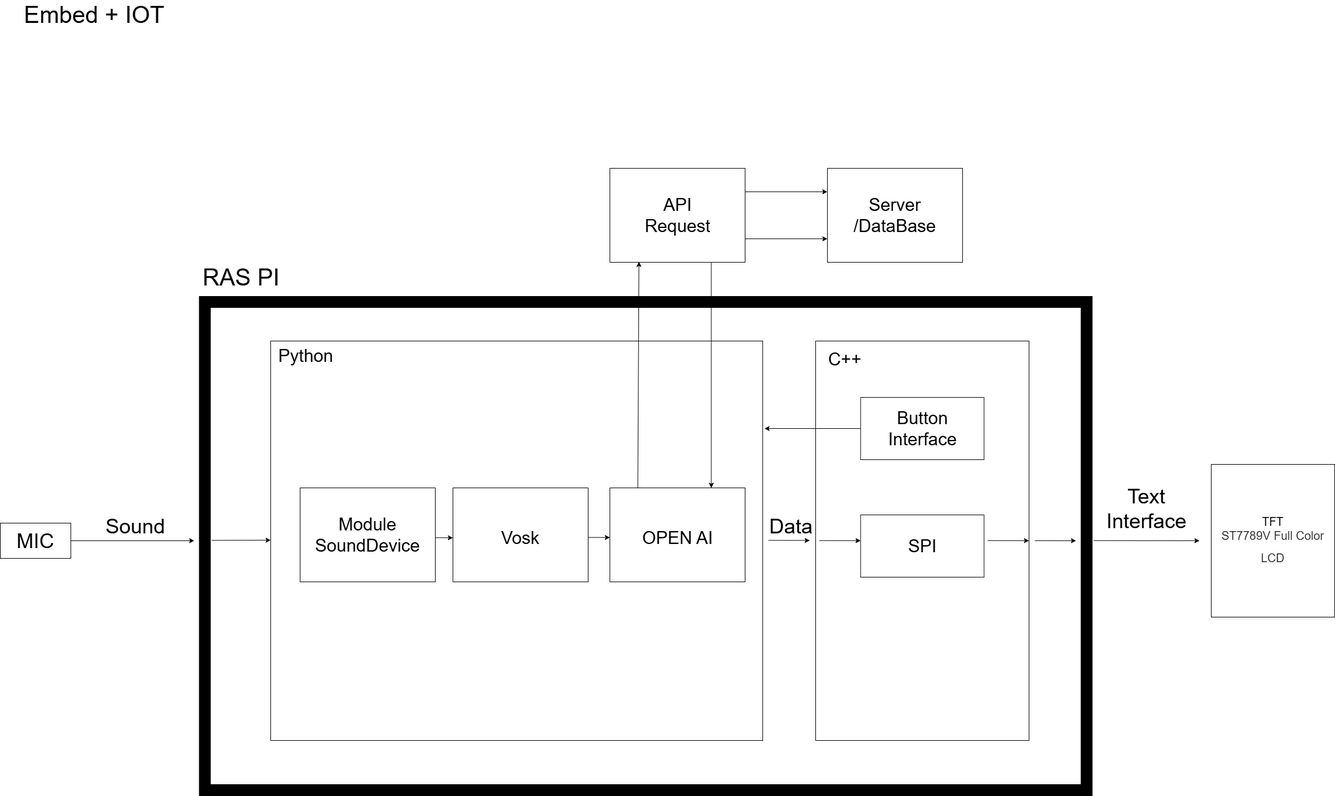
EARTHISALWAYSHAPPY/SpeechToText keeps this draw.io diagram as ิBlockDiagram.drawio.png. Above is the earlier version. Source tidied: cells renumbered, new cells last; positions are measured from the earlier drawing's top-left corner, leaving out a move shared by most shapes.
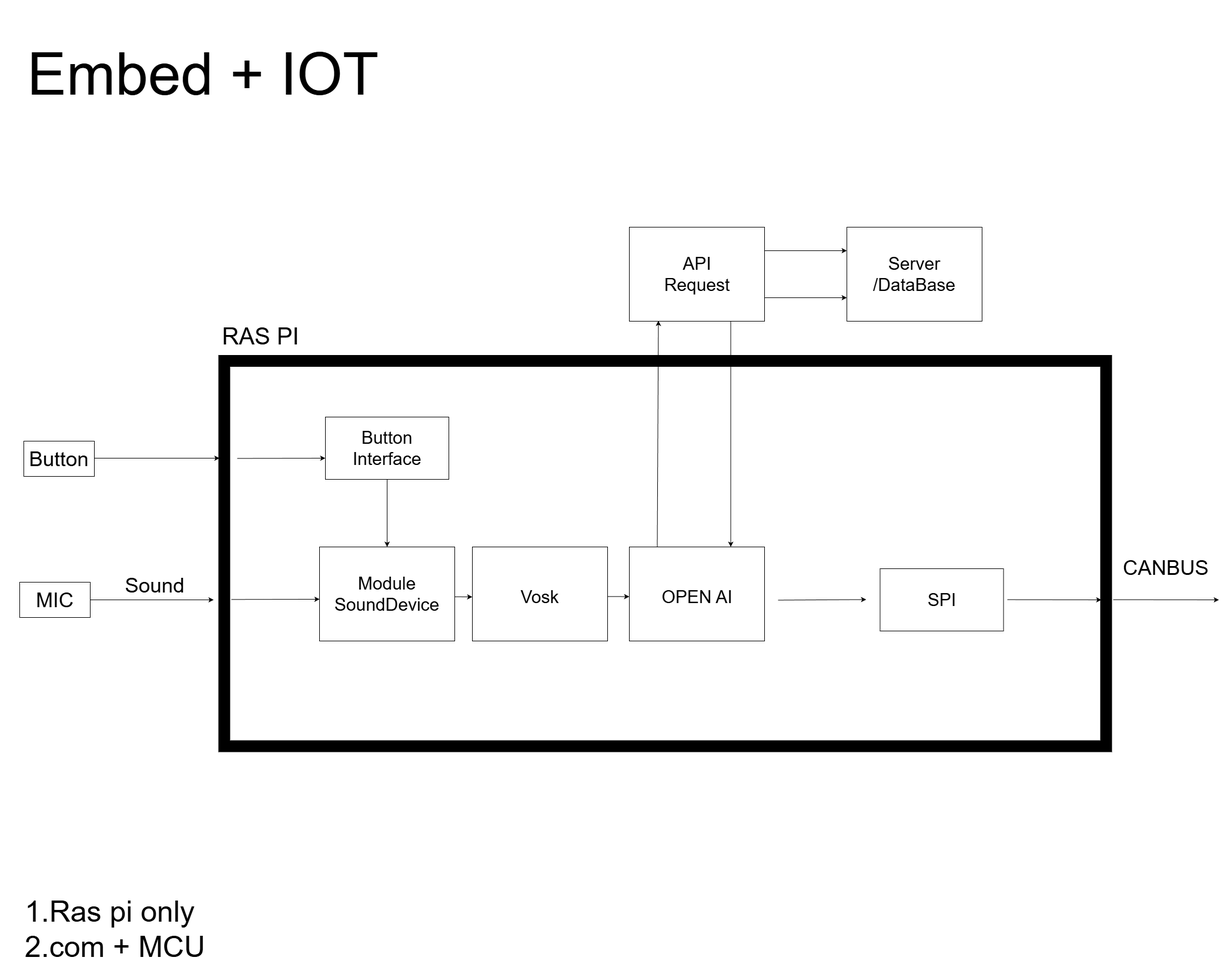
Above is the later version.

The edit, as a diff of the source:
```diff
@@ -6,7 +6,7 @@
       <mxGeometry y="881" width="120" height="60" as="geometry" />
     </mxCell>
     <mxCell id="3" style="rounded=0;whiteSpace=wrap;html=1;fillColor=none;strokeWidth=20;" parent="1" vertex="1">
-      <mxGeometry x="348" y="504.5" width="1500" height="831" as="geometry" />
+      <mxGeometry x="348" y="504.5" width="1500" height="655.5" as="geometry" />
     </mxCell>
     <mxCell id="4" value="&lt;font style=&quot;font-size: 40px;&quot;&gt;RAS PI&lt;/font&gt;" style="text;html=1;align=center;verticalAlign=middle;whiteSpace=wrap;rounded=0;" parent="1" vertex="1">
       <mxGeometry x="340" y="447" width="140" height="30" as="geometry" />
@@ -20,19 +20,15 @@
         <mxPoint x="330" y="911" as="targetPoint" />
       </mxGeometry>
     </mxCell>
-    <mxCell id="7" style="rounded=0;whiteSpace=wrap;html=1;" parent="1" vertex="1">
-      <mxGeometry x="460" y="571" width="837" height="680" as="geometry" />
-    </mxCell>
     <mxCell id="8" style="rounded=0;whiteSpace=wrap;html=1;" parent="1" vertex="1">
       <mxGeometry x="510" y="821" width="230" height="160" as="geometry" />
     </mxCell>
     <mxCell id="9" style="rounded=0;whiteSpace=wrap;html=1;" parent="1" vertex="1">
       <mxGeometry x="770" y="821" width="230" height="160" as="geometry" />
     </mxCell>
-    <mxCell id="10" style="endArrow=classic;html=1;" parent="1" edge="1">
+    <mxCell id="10" style="endArrow=classic;html=1;entryX=0.001;entryY=0.556;entryDx=0;entryDy=0;entryPerimeter=0;" parent="1" edge="1" target="8">
       <mxGeometry relative="1" as="geometry">
         <mxPoint x="360" y="910.4" as="sourcePoint" />
-        <mxPoint x="460" y="910" as="targetPoint" />
       </mxGeometry>
     </mxCell>
     <mxCell id="11" style="endArrow=classic;html=1;" parent="1" edge="1">
@@ -44,9 +40,6 @@
         </Array>
       </mxGeometry>
     </mxCell>
-    <mxCell id="12" value="&lt;font style=&quot;font-size: 30px;&quot;&gt;Python&lt;/font&gt;" style="text;html=1;align=center;verticalAlign=middle;whiteSpace=wrap;rounded=0;" parent="1" vertex="1">
-      <mxGeometry x="490" y="581" width="60" height="30" as="geometry" />
-    </mxCell>
     <mxCell id="13" value="&lt;font style=&quot;font-size: 30px;&quot;&gt;Module&lt;br&gt;SoundDevice&lt;/font&gt;" style="text;html=1;align=center;verticalAlign=middle;whiteSpace=wrap;rounded=0;" parent="1" vertex="1">
       <mxGeometry x="595" y="886" width="60" height="30" as="geometry" />
     </mxCell>
@@ -56,37 +49,19 @@
     <mxCell id="15" value="&lt;font style=&quot;font-size: 35px;&quot;&gt;Sound&lt;/font&gt;" style="text;html=1;align=center;verticalAlign=middle;whiteSpace=wrap;rounded=0;" parent="1" vertex="1">
       <mxGeometry x="200" y="871" width="60" height="30" as="geometry" />
     </mxCell>
-    <mxCell id="16" style="rounded=0;whiteSpace=wrap;html=1;" parent="1" vertex="1">
-      <mxGeometry x="1387" y="571" width="363" height="680" as="geometry" />
-    </mxCell>
-    <mxCell id="17" style="endArrow=classic;html=1;" parent="1" edge="1">
-      <mxGeometry relative="1" as="geometry">
-        <mxPoint x="1760" y="910.9" as="sourcePoint" />
-        <mxPoint x="1830" y="911" as="targetPoint" />
-      </mxGeometry>
-    </mxCell>
-    <mxCell id="18" value="&lt;font style=&quot;font-size: 30px;&quot;&gt;C++&lt;/font&gt;" style="text;html=1;align=center;verticalAlign=middle;whiteSpace=wrap;rounded=0;" parent="1" vertex="1">
-      <mxGeometry x="1407" y="587" width="60" height="30" as="geometry" />
-    </mxCell>
     <mxCell id="19" style="endArrow=classic;html=1;" parent="1" edge="1">
       <mxGeometry relative="1" as="geometry">
         <mxPoint x="1860" y="910.7" as="sourcePoint" />
         <mxPoint x="2040" y="911" as="targetPoint" />
       </mxGeometry>
     </mxCell>
-    <mxCell id="20" value="&lt;font style=&quot;font-size: 35px;&quot;&gt;Text&lt;/font&gt;&lt;div&gt;&lt;span style=&quot;font-size: 35px;&quot;&gt;Interface&lt;/span&gt;&lt;/div&gt;" style="text;html=1;align=center;verticalAlign=middle;whiteSpace=wrap;rounded=0;" parent="1" vertex="1">
+    <mxCell id="20" value="&lt;span style=&quot;font-size: 35px;&quot;&gt;CANBUS&lt;/span&gt;" style="text;html=1;align=center;verticalAlign=middle;whiteSpace=wrap;rounded=0;" parent="1" vertex="1">
       <mxGeometry x="1920" y="841" width="60" height="30" as="geometry" />
     </mxCell>
-    <mxCell id="21" style="rounded=0;whiteSpace=wrap;html=1;" parent="1" vertex="1">
-      <mxGeometry x="2060" y="781" width="210" height="260" as="geometry" />
-    </mxCell>
-    <mxCell id="22" value="&lt;font style=&quot;font-size: 20px;&quot;&gt;TFT&lt;/font&gt;&lt;div&gt;&lt;span style=&quot;color: rgba(0, 0, 0, 0.8); font-family: SHPBurmese, SHPKhmer, &amp;quot;Helvetica Neue&amp;quot;, Helvetica, Arial, 文泉驛正黑, &amp;quot;WenQuanYi Zen Hei&amp;quot;, &amp;quot;Hiragino Sans GB&amp;quot;, &amp;quot;儷黑 Pro&amp;quot;, &amp;quot;LiHei Pro&amp;quot;, &amp;quot;Heiti TC&amp;quot;, 微軟正黑體, &amp;quot;Microsoft JhengHei UI&amp;quot;, &amp;quot;Microsoft JhengHei&amp;quot;, sans-serif; text-align: start; background-color: rgb(255, 255, 255);&quot;&gt;&lt;font style=&quot;font-size: 20px;&quot;&gt;ST7789V Full Color LCD&lt;/font&gt;&lt;/span&gt;&lt;span style=&quot;font-size: 35px;&quot;&gt;&lt;/span&gt;&lt;/div&gt;" style="text;html=1;align=center;verticalAlign=middle;whiteSpace=wrap;rounded=0;" parent="1" vertex="1">
-      <mxGeometry x="2075" y="896" width="180" height="30" as="geometry" />
-    </mxCell>
     <mxCell id="23" style="endArrow=classic;html=1;" parent="1" edge="1">
       <mxGeometry relative="1" as="geometry">
-        <mxPoint x="1307" y="910.4" as="sourcePoint" />
-        <mxPoint x="1377" y="910.5" as="targetPoint" />
+        <mxPoint x="1290" y="911.5" as="sourcePoint" />
+        <mxPoint x="1440" y="910.5" as="targetPoint" />
       </mxGeometry>
     </mxCell>
     <mxCell id="24" style="edgeStyle=none;html=1;exitX=0.25;exitY=0;exitDx=0;exitDy=0;entryX=0.215;entryY=0.994;entryDx=0;entryDy=0;entryPerimeter=0;" parent="1" edge="1" target="31">
@@ -121,9 +96,6 @@
     <mxCell id="31" style="rounded=0;whiteSpace=wrap;html=1;" parent="1" vertex="1">
       <mxGeometry x="1037" y="277" width="230" height="160" as="geometry" />
     </mxCell>
-    <mxCell id="32" value="&lt;span style=&quot;font-size: 35px;&quot;&gt;Data&lt;/span&gt;" style="text;html=1;align=center;verticalAlign=middle;whiteSpace=wrap;rounded=0;" parent="1" vertex="1">
-      <mxGeometry x="1317" y="871" width="57" height="30" as="geometry" />
-    </mxCell>
     <mxCell id="33" value="&lt;span style=&quot;font-size: 30px;&quot;&gt;API&lt;/span&gt;&lt;div&gt;&lt;span style=&quot;font-size: 30px;&quot;&gt;Request&lt;/span&gt;&lt;/div&gt;" style="text;html=1;align=center;verticalAlign=middle;whiteSpace=wrap;rounded=0;" parent="1" vertex="1">
       <mxGeometry x="1084.5" y="342" width="135" height="30" as="geometry" />
     </mxCell>
@@ -134,30 +106,47 @@
       <mxGeometry x="1465.8" y="342" width="112.5" height="30" as="geometry" />
     </mxCell>
     <mxCell id="36" value="&lt;font style=&quot;font-size: 30px;&quot;&gt;Button&lt;/font&gt;&lt;div&gt;&lt;font style=&quot;font-size: 30px;&quot;&gt;Interface&lt;/font&gt;&lt;/div&gt;" style="rounded=0;whiteSpace=wrap;html=1;" parent="1" vertex="1">
-      <mxGeometry x="1463.5" y="667" width="210" height="106" as="geometry" />
+      <mxGeometry x="520" y="600" width="210" height="106" as="geometry" />
     </mxCell>
     <mxCell id="37" value="&lt;span style=&quot;font-size: 30px;&quot;&gt;SPI&lt;/span&gt;" style="rounded=0;whiteSpace=wrap;html=1;" parent="1" vertex="1">
-      <mxGeometry x="1463.5" y="867" width="210" height="106" as="geometry" />
+      <mxGeometry x="1463.5" y="858" width="210" height="106" as="geometry" />
     </mxCell>
     <mxCell id="38" style="endArrow=classic;html=1;" parent="1" edge="1">
       <mxGeometry relative="1" as="geometry">
         <mxPoint x="1680" y="910.7" as="sourcePoint" />
-        <mxPoint x="1750" y="910.9" as="targetPoint" />
+        <mxPoint x="1840" y="911" as="targetPoint" />
       </mxGeometry>
     </mxCell>
-    <mxCell id="39" style="endArrow=classic;html=1;" parent="1" edge="1">
-      <mxGeometry relative="1" as="geometry">
-        <mxPoint x="1393.5" y="910.7" as="sourcePoint" />
-        <mxPoint x="1463.5" y="910.9" as="targetPoint" />
-      </mxGeometry>
-    </mxCell>
-    <mxCell id="40" style="edgeStyle=none;html=1;exitX=0;exitY=0.5;exitDx=0;exitDy=0;" parent="1" edge="1" source="36">
+    <mxCell id="40" style="edgeStyle=none;html=1;exitX=0.5;exitY=1;exitDx=0;exitDy=0;entryX=0.5;entryY=0;entryDx=0;entryDy=0;" parent="1" edge="1" source="36" target="8">
       <mxGeometry relative="1" as="geometry">
-        <mxPoint x="1300" y="720" as="targetPoint" />
+        <Array as="points">
+          <mxPoint x="625" y="720" />
+        </Array>
       </mxGeometry>
     </mxCell>
-    <mxCell id="41" value="&lt;span style=&quot;font-size: 40px;&quot;&gt;Embed + IOT&lt;/span&gt;" style="text;html=1;align=center;verticalAlign=middle;whiteSpace=wrap;rounded=0;" parent="1" vertex="1">
-      <mxGeometry x="20" width="280" height="30" as="geometry" />
+    <mxCell id="41" value="&lt;font style=&quot;font-size: 100px;&quot;&gt;Embed + IOT&lt;/font&gt;" style="text;html=1;align=center;verticalAlign=middle;whiteSpace=wrap;rounded=0;" parent="1" vertex="1">
+      <mxGeometry x="-33" y="-109" width="690" height="250" as="geometry" />
     </mxCell>
+    <mxCell id="42" value="&lt;font style=&quot;font-size: 50px;&quot;&gt;1.Ras pi only&lt;/font&gt;&lt;div style=&quot;&quot;&gt;&lt;font style=&quot;font-size: 50px;&quot;&gt;2.com + MCU&lt;/font&gt;&lt;/div&gt;" style="text;html=1;align=left;verticalAlign=middle;whiteSpace=wrap;rounded=0;" parent="1" vertex="1">
+      <mxGeometry x="7" y="1411" width="400" height="120" as="geometry" />
+    </mxCell>
+    <mxCell id="43" style="endArrow=classic;html=1;" parent="1" edge="1">
+      <mxGeometry relative="1" as="geometry">
+        <mxPoint x="127" y="670" as="sourcePoint" />
+        <mxPoint x="340" y="670" as="targetPoint" />
+      </mxGeometry>
+    </mxCell>
+    <mxCell id="44" style="endArrow=classic;html=1;entryX=0.001;entryY=0.556;entryDx=0;entryDy=0;entryPerimeter=0;" parent="1" edge="1">
+      <mxGeometry relative="1" as="geometry">
+        <mxPoint x="370" y="670.4" as="sourcePoint" />
+        <mxPoint x="520" y="670" as="targetPoint" />
+      </mxGeometry>
+    </mxCell>
+    <mxCell id="45" style="rounded=0;whiteSpace=wrap;html=1;verticalAlign=middle;" parent="1" vertex="1">
+      <mxGeometry x="7" y="641" width="120" height="60" as="geometry" />
+    </mxCell>
+    <mxCell id="46" value="&lt;font style=&quot;font-size: 35px;&quot;&gt;Button&lt;/font&gt;" style="text;html=1;align=center;verticalAlign=middle;whiteSpace=wrap;rounded=0;" parent="1" vertex="1">
+      <mxGeometry x="37" y="656" width="60" height="30" as="geometry" />
+    </mxCell>
   </root>
 </mxGraphModel>
```
